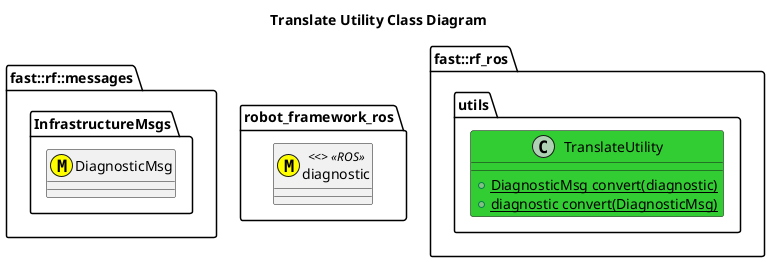
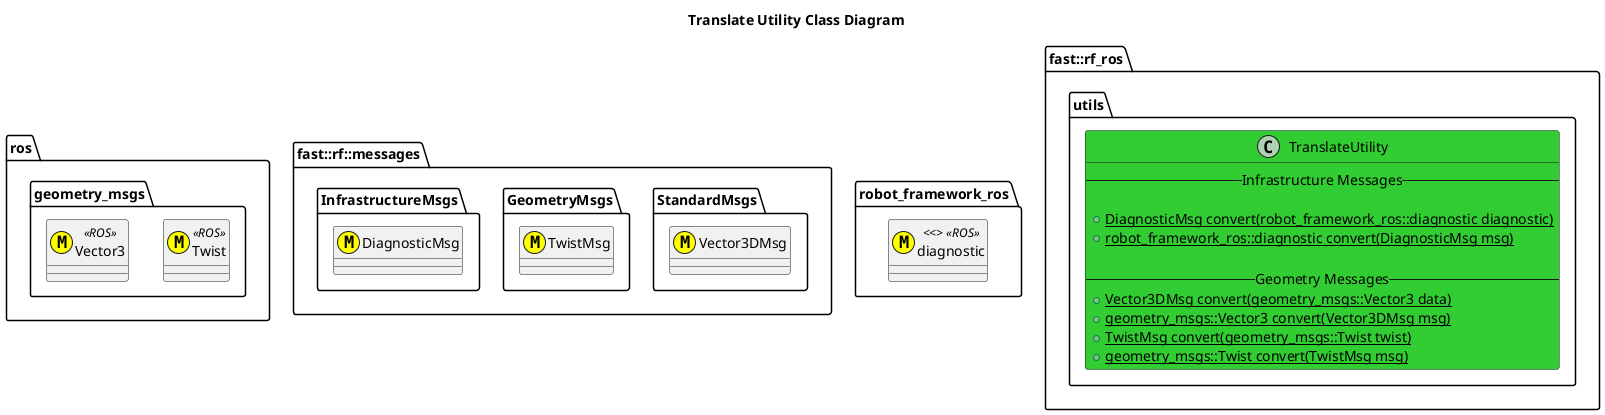
@startuml
title Translate Utility Class Diagram
+ namespace ros {
+     namespace geometry_msgs {
+         class Twist <<(M,#FFFF00)>> <<ROS>>
+         class Vector3 <<(M,#FFFF00)>> <<ROS>>
+     }
+ }
namespace fast::rf::messages {
+     namespace StandardMsgs {
+         class Vector3DMsg <<(M,#FFFF00)>>
+     }
+     namespace GeometryMsgs {
+         class TwistMsg <<(M,#FFFF00)>>
+     }
    namespace InfrastructureMsgs {
        class DiagnosticMsg <<(M,#FFFF00)>>
    }
}
namespace robot_framework_ros {
    class diagnostic <<(M,#FFFF00)> <<ROS>>
}
namespace fast::rf_ros {
    namespace utils {
        class TranslateUtility #LimeGreen {
-             +{static} DiagnosticMsg convert(diagnostic)
-             +{static} diagnostic convert(DiagnosticMsg)
+             -- Infrastructure Messages --
+ 
+             +{static} DiagnosticMsg convert(robot_framework_ros::diagnostic diagnostic)
+             +{static} robot_framework_ros::diagnostic convert(DiagnosticMsg msg)
+ 
+             -- Geometry Messages --
+             +{static} Vector3DMsg convert(geometry_msgs::Vector3 data)
+             +{static} geometry_msgs::Vector3 convert(Vector3DMsg msg)
+             +{static} TwistMsg convert(geometry_msgs::Twist twist)
+             +{static} geometry_msgs::Twist convert(TwistMsg msg)
        }

    }
}

@enduml